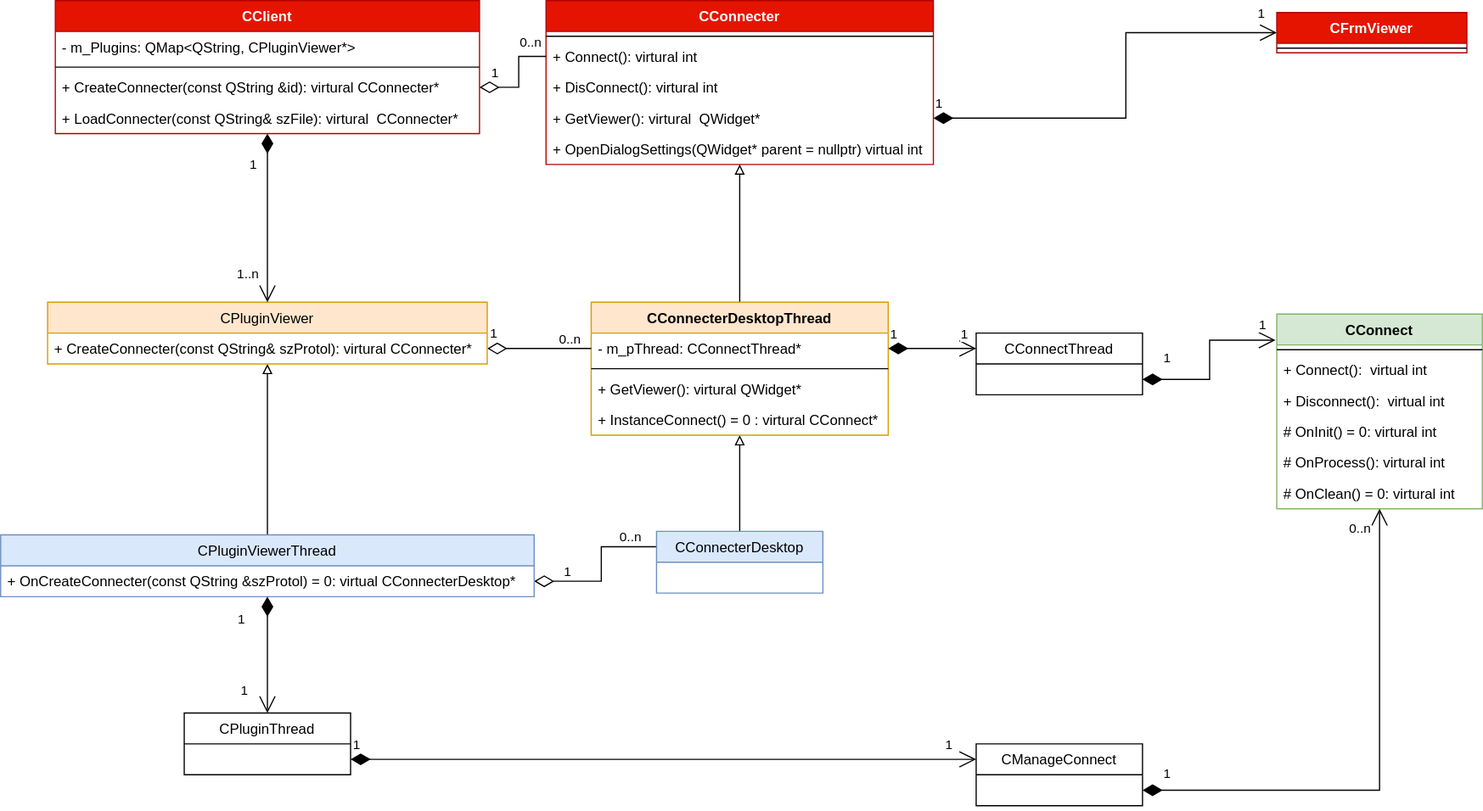
Before: docs/Image/PluginClientAPI.svg, a diagram exported from draw.io (KangLin/RabbitRemoteControl). Source tidied: cells renumbered, new cells last; positions are measured from the earlier drawing's top-left corner, leaving out a move shared by most shapes.
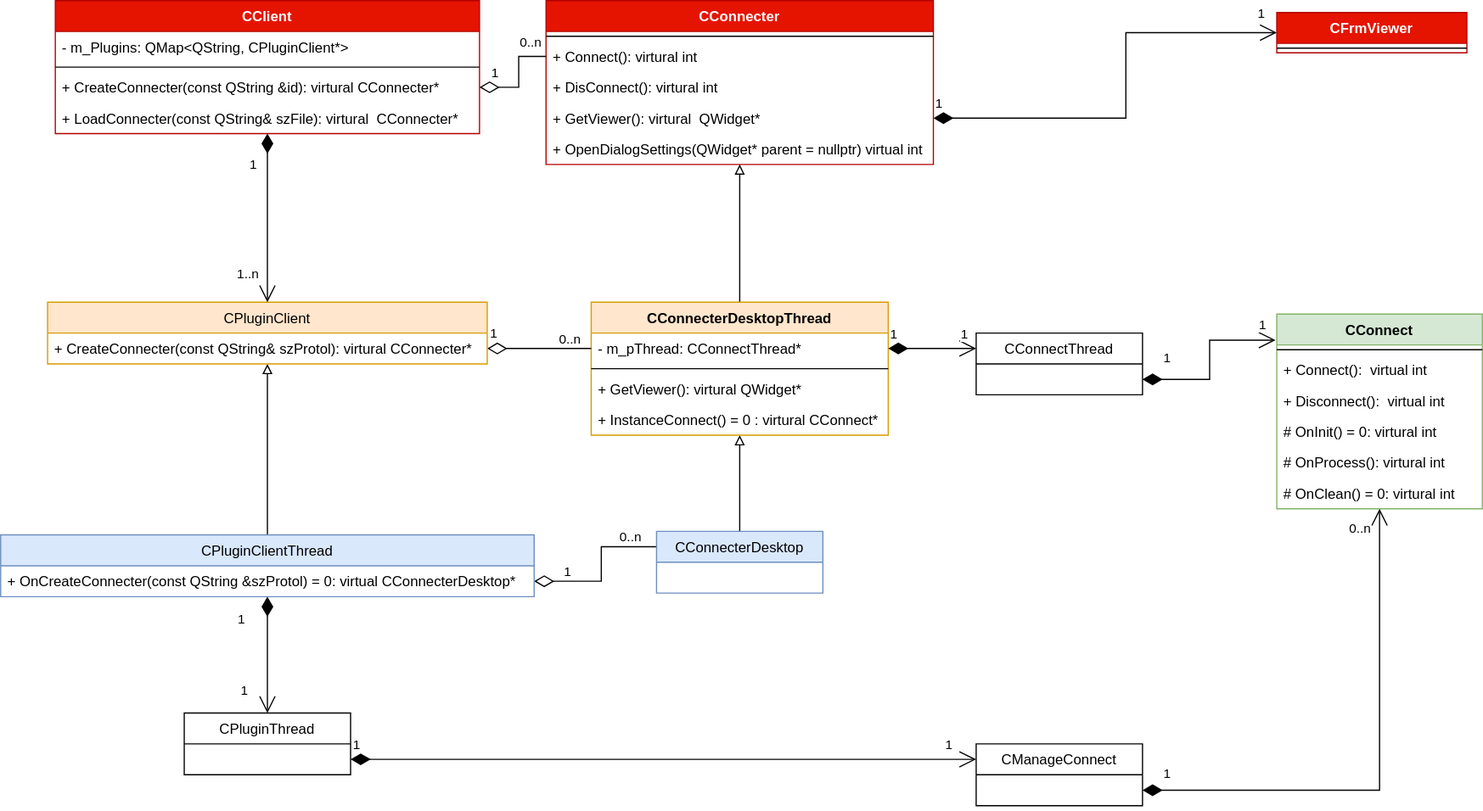
Later version of the same file.

Change to the diagram source:
```diff
@@ -5,7 +5,7 @@
     <mxCell id="2" value="CClient" style="swimlane;fontStyle=1;align=center;verticalAlign=top;horizontal=1;startSize=26;fillColor=#e51400;fontColor=#ffffff;strokeColor=#B20000;" parent="1" vertex="1">
       <mxGeometry x="46" width="357" height="112" as="geometry" />
     </mxCell>
-    <mxCell id="3" value="- m_Plugins: QMap&lt;QString, CPluginViewer*&gt;" style="text;strokeColor=none;fillColor=none;align=left;verticalAlign=top;spacingLeft=4;spacingRight=4;overflow=hidden;" parent="2" vertex="1">
+    <mxCell id="3" value="- m_Plugins: QMap&lt;QString, CPluginClient*&gt;" style="text;strokeColor=none;fillColor=none;align=left;verticalAlign=top;spacingLeft=4;spacingRight=4;overflow=hidden;" parent="2" vertex="1">
       <mxGeometry y="26" width="357" height="26" as="geometry" />
     </mxCell>
     <mxCell id="4" style="line;strokeWidth=1;fillColor=none;align=left;verticalAlign=middle;spacingTop=-1;spacingLeft=3;spacingRight=3;labelPosition=right;" parent="2" vertex="1">
@@ -104,7 +104,7 @@
     <mxCell id="32" style="edgeStyle=orthogonalEdgeStyle;rounded=0;jettySize=auto;html=1;entryX=0.5;entryY=0;entryDx=0;entryDy=0;endArrow=none;endFill=0;startArrow=block;startFill=0;" parent="1" edge="1" source="33" target="39">
       <mxGeometry relative="1" as="geometry" />
     </mxCell>
-    <mxCell id="33" value="CPluginViewer" style="swimlane;fontStyle=0;horizontal=1;startSize=26;fillColor=#ffe6cc;strokeColor=#d79b00;" parent="1" vertex="1">
+    <mxCell id="33" value="CPluginClient" style="swimlane;fontStyle=0;horizontal=1;startSize=26;fillColor=#ffe6cc;strokeColor=#d79b00;" parent="1" vertex="1">
       <mxGeometry x="39.5" y="254" width="370" height="52" as="geometry" />
     </mxCell>
     <mxCell id="34" value="+ CreateConnecter(const QString&amp; szProtol): virtural CConnecter*&#10;" style="text;strokeColor=none;fillColor=none;align=left;verticalAlign=top;spacingLeft=4;spacingRight=4;overflow=hidden;points=[[0,0.5],[1,0.5]];portConstraint=eastwest;" parent="33" vertex="1">
@@ -126,7 +126,7 @@
         <mxPoint x="-10" y="-9" as="offset" />
       </mxGeometry>
     </mxCell>
-    <mxCell id="39" value="CPluginViewerThread" style="swimlane;fontStyle=0;horizontal=1;startSize=26;fillColor=#dae8fc;strokeColor=#6c8ebf;" parent="1" vertex="1">
+    <mxCell id="39" value="CPluginClientThread" style="swimlane;fontStyle=0;horizontal=1;startSize=26;fillColor=#dae8fc;strokeColor=#6c8ebf;" parent="1" vertex="1">
       <mxGeometry y="450" width="449" height="52" as="geometry" />
     </mxCell>
     <mxCell id="40" value="+ OnCreateConnecter(const QString &amp;szProtol) = 0: virtual CConnecterDesktop* " style="text;strokeColor=none;fillColor=none;align=left;verticalAlign=top;spacingLeft=4;spacingRight=4;overflow=hidden;points=[[0,0.5],[1,0.5]];portConstraint=eastwest;" parent="39" vertex="1">
```
